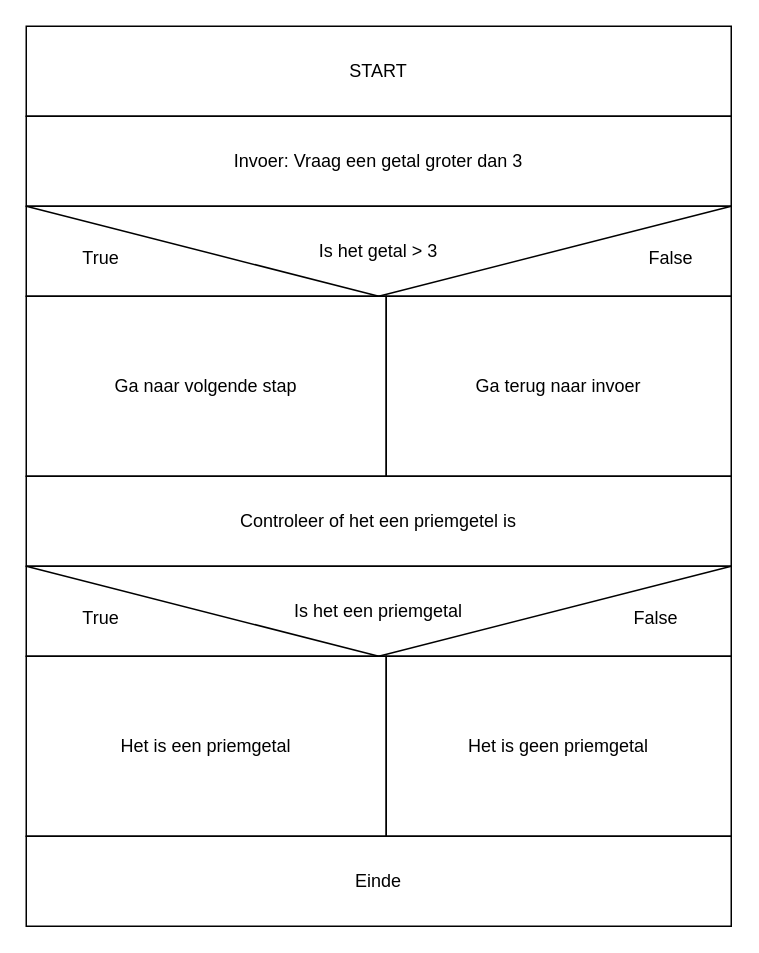
Above: Untitled Diagram.drawio in Smulsaus/UML (draw.io), before the change. Source tidied: cells renumbered, new cells numbered last; positions are measured from the earlier drawing's top-left corner, leaving out a move shared by most shapes. Both pictures are drawn from the tidied source at 150%, with x=0, y=0 at pixel (26, 26).
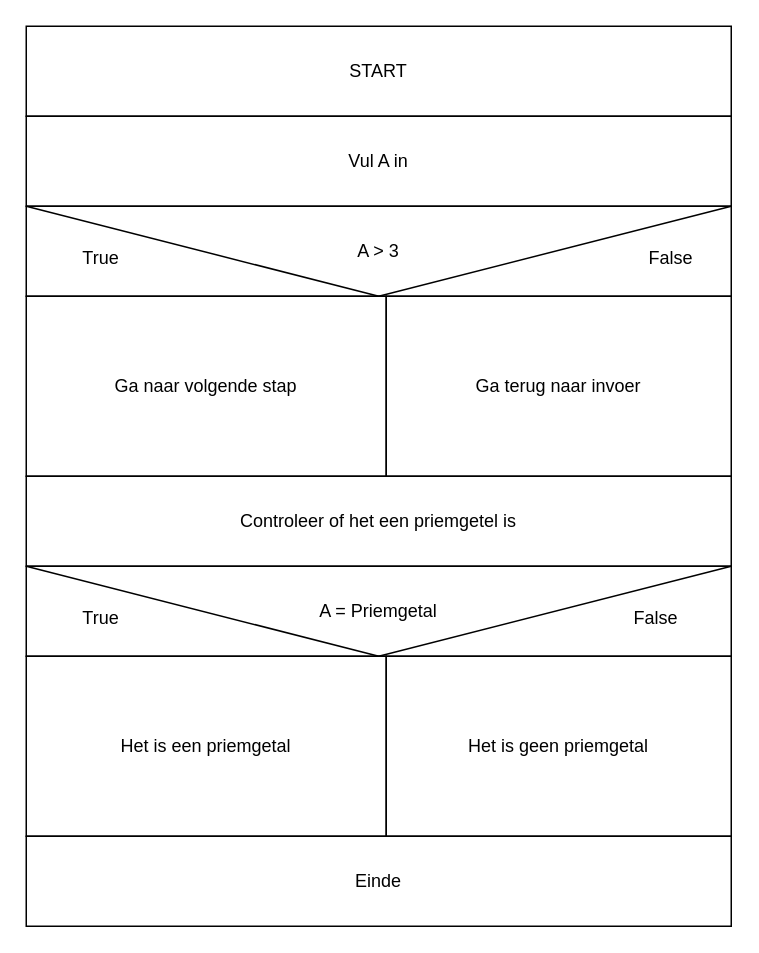
After the change.

Diff of the diagram source:
```diff
@@
 <mxGraphModel>
   <root>
     <mxCell id="0" />
     <mxCell id="1" parent="0" />
     <mxCell id="2" value="START" style="rounded=0;whiteSpace=wrap;html=1;" parent="1" vertex="1">
       <mxGeometry width="470" height="60" as="geometry" />
     </mxCell>
-    <mxCell id="3" value="Invoer: Vraag een getal groter dan 3" style="rounded=0;whiteSpace=wrap;html=1;" parent="1" vertex="1">
+    <mxCell id="3" value="Vul A in" style="rounded=0;whiteSpace=wrap;html=1;" parent="1" vertex="1">
       <mxGeometry y="60" width="470" height="60" as="geometry" />
     </mxCell>
-    <mxCell id="4" value="Is het getal &amp;gt; 3" style="rounded=0;whiteSpace=wrap;html=1;" parent="1" vertex="1">
+    <mxCell id="4" value="A &amp;gt; 3" style="rounded=0;whiteSpace=wrap;html=1;" parent="1" vertex="1">
       <mxGeometry y="120" width="470" height="60" as="geometry" />
     </mxCell>
     <mxCell id="5" style="endArrow=none;html=1;rounded=0;entryX=0;entryY=0;entryDx=0;entryDy=0;exitX=0.5;exitY=1;exitDx=0;exitDy=0;" parent="1" edge="1" source="4" target="4">
       <mxGeometry relative="1" as="geometry" />
     </mxCell>
     <mxCell id="6" style="endArrow=none;html=1;rounded=0;entryX=1;entryY=0;entryDx=0;entryDy=0;exitX=0.5;exitY=1;exitDx=0;exitDy=0;" parent="1" edge="1" source="4" target="4">
       <mxGeometry relative="1" as="geometry" />
     </mxCell>
     <mxCell id="7" value="True" style="text;html=1;align=center;verticalAlign=middle;whiteSpace=wrap;rounded=0;" parent="1" vertex="1">
       <mxGeometry x="20" y="140" width="60" height="30" as="geometry" />
     </mxCell>
     <mxCell id="8" value="False" style="text;html=1;align=center;verticalAlign=middle;whiteSpace=wrap;rounded=0;" parent="1" vertex="1">
       <mxGeometry x="400" y="140" width="60" height="30" as="geometry" />
     </mxCell>
     <mxCell id="9" value="Ga naar volgende stap" style="rounded=0;whiteSpace=wrap;html=1;" parent="1" vertex="1">
       <mxGeometry y="180" width="240" height="120" as="geometry" />
     </mxCell>
     <mxCell id="10" value="Ga terug naar invoer" style="rounded=0;whiteSpace=wrap;html=1;" parent="1" vertex="1">
       <mxGeometry x="240" y="180" width="230" height="120" as="geometry" />
     </mxCell>
     <mxCell id="11" value="Controleer of het een priemgetel is" style="rounded=0;whiteSpace=wrap;html=1;" parent="1" vertex="1">
       <mxGeometry y="300" width="470" height="60" as="geometry" />
     </mxCell>
-    <mxCell id="12" value="Is het een priemgetal" style="rounded=0;whiteSpace=wrap;html=1;" parent="1" vertex="1">
+    <mxCell id="12" value="A = Priemgetal" style="rounded=0;whiteSpace=wrap;html=1;" parent="1" vertex="1">
       <mxGeometry y="360" width="470" height="60" as="geometry" />
     </mxCell>
     <mxCell id="13" style="endArrow=none;html=1;rounded=0;entryX=0;entryY=0;entryDx=0;entryDy=0;exitX=0.5;exitY=1;exitDx=0;exitDy=0;" parent="1" edge="1" source="12" target="12">
       <mxGeometry relative="1" as="geometry" />
     </mxCell>
     <mxCell id="14" style="endArrow=none;html=1;rounded=0;entryX=1;entryY=0;entryDx=0;entryDy=0;exitX=0.5;exitY=1;exitDx=0;exitDy=0;" parent="1" edge="1" source="12" target="12">
       <mxGeometry relative="1" as="geometry" />
     </mxCell>
     <mxCell id="15" value="True" style="text;html=1;align=center;verticalAlign=middle;whiteSpace=wrap;rounded=0;" parent="1" vertex="1">
       <mxGeometry x="20" y="380" width="60" height="30" as="geometry" />
     </mxCell>
     <mxCell id="16" value="False" style="text;html=1;align=center;verticalAlign=middle;whiteSpace=wrap;rounded=0;" parent="1" vertex="1">
       <mxGeometry x="390" y="380" width="60" height="30" as="geometry" />
     </mxCell>
     <mxCell id="17" value="Het is een priemgetal" style="rounded=0;whiteSpace=wrap;html=1;" parent="1" vertex="1">
       <mxGeometry y="420" width="240" height="120" as="geometry" />
     </mxCell>
     <mxCell id="18" value="Het is geen priemgetal" style="rounded=0;whiteSpace=wrap;html=1;" parent="1" vertex="1">
       <mxGeometry x="240" y="420" width="230" height="120" as="geometry" />
     </mxCell>
     <mxCell id="19" value="Einde" style="rounded=0;whiteSpace=wrap;html=1;" parent="1" vertex="1">
       <mxGeometry y="540" width="470" height="60" as="geometry" />
     </mxCell>
   </root>
 </mxGraphModel>
```
